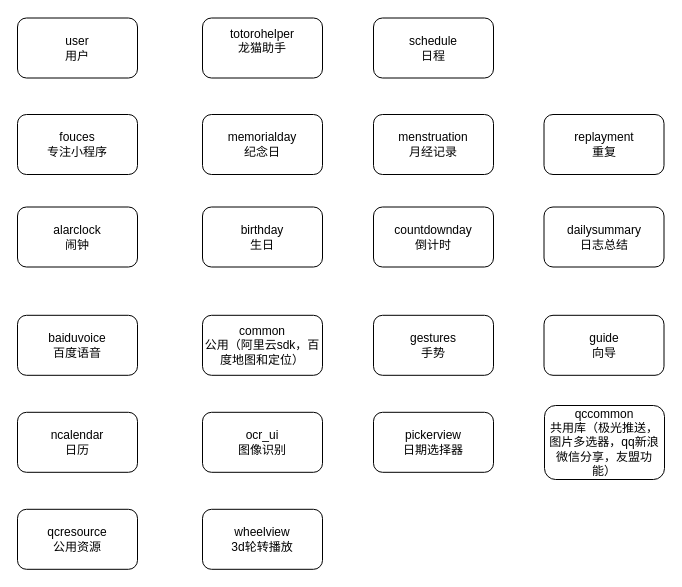
This is page "第 1 页" (1 of 2) of app/时光序架构.drawio from cangwang/SAnimator, a draw.io file, before an edit. Source tidied: cells renumbered, new cells numbered last; positions are measured from the earlier drawing's top-left corner, leaving out a move shared by most shapes. Both pictures are drawn from the tidied source at 100%, with x=0, y=0 at pixel (17, 18).
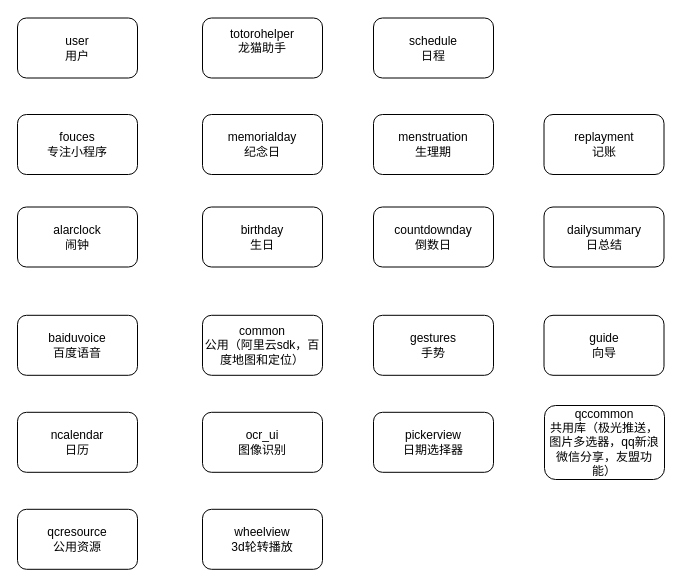
After the change.

Diff of the diagram source:
```diff
@@
-    <mxCell id="14" value="countdownday&lt;br&gt;倒计时&lt;br&gt;" style="rounded=1;whiteSpace=wrap;html=1;" parent="1" vertex="1">
+    <mxCell id="14" value="countdownday&lt;br&gt;倒数日&lt;br&gt;" style="rounded=1;whiteSpace=wrap;html=1;" parent="1" vertex="1">
       <mxGeometry x="356" y="188.5" width="120" height="60" as="geometry" />
     </mxCell>
-    <mxCell id="15" value="dailysummary&lt;br&gt;日志总结&lt;br&gt;" style="rounded=1;whiteSpace=wrap;html=1;" parent="1" vertex="1">
+    <mxCell id="15" value="dailysummary&lt;br&gt;日总结&lt;br&gt;" style="rounded=1;whiteSpace=wrap;html=1;" parent="1" vertex="1">
       <mxGeometry x="526.5" y="188.5" width="120" height="60" as="geometry" />
     </mxCell>
@@
-    <mxCell id="18" value="menstruation&lt;br&gt;月经记录&lt;br&gt;" style="rounded=1;whiteSpace=wrap;html=1;" parent="1" vertex="1">
+    <mxCell id="18" value="menstruation&lt;br&gt;生理期&lt;br&gt;" style="rounded=1;whiteSpace=wrap;html=1;" parent="1" vertex="1">
       <mxGeometry x="356" y="96" width="120" height="60" as="geometry" />
     </mxCell>
-    <mxCell id="19" value="replayment&lt;br&gt;重复&lt;br&gt;" style="rounded=1;whiteSpace=wrap;html=1;" parent="1" vertex="1">
+    <mxCell id="19" value="replayment&lt;br&gt;记账&lt;br&gt;" style="rounded=1;whiteSpace=wrap;html=1;" parent="1" vertex="1">
       <mxGeometry x="526.5" y="96" width="120" height="60" as="geometry" />
     </mxCell>
```
